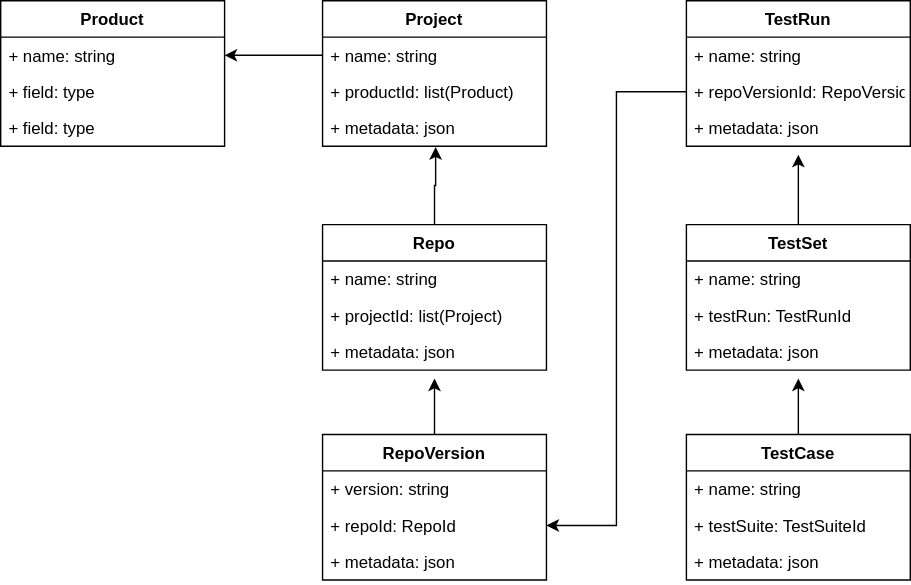
Before: docs/images/example-data-model-testing.drawio.svg, a diagram exported from draw.io (valocode/bubbly). Source tidied: cells renumbered, new cells last; positions are measured from the earlier drawing's top-left corner, leaving out a move shared by most shapes.
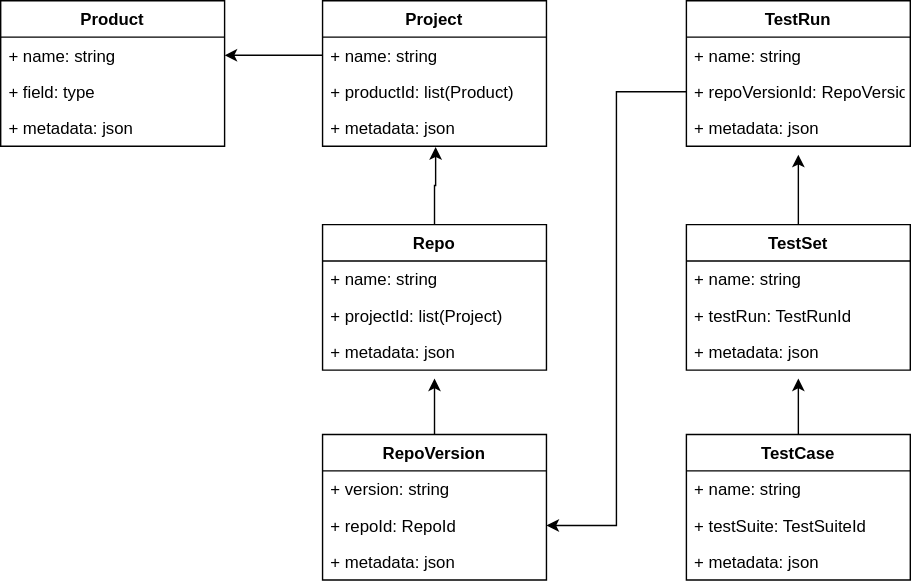
Above is the later version.

Commit message:
More specification, especially about schema, importers and translators

The edit, as a diff of the source:
```diff
@@ -14,7 +14,7 @@
     <mxCell id="5" value="+ field: type" style="text;strokeColor=none;fillColor=none;align=left;verticalAlign=top;spacingLeft=4;spacingRight=4;overflow=hidden;" parent="3" vertex="1">
       <mxGeometry y="52" width="160" height="26" as="geometry" />
     </mxCell>
-    <mxCell id="6" value="+ field: type" style="text;strokeColor=none;fillColor=none;align=left;verticalAlign=top;spacingLeft=4;spacingRight=4;overflow=hidden;" parent="3" vertex="1">
+    <mxCell id="6" value="+ metadata: json" style="text;strokeColor=none;fillColor=none;align=left;verticalAlign=top;spacingLeft=4;spacingRight=4;overflow=hidden;" parent="3" vertex="1">
       <mxGeometry y="78" width="160" height="26" as="geometry" />
     </mxCell>
     <mxCell id="7" value="Project" style="swimlane;fontStyle=1;align=center;verticalAlign=top;horizontal=1;startSize=26;" parent="1" vertex="1">
```
